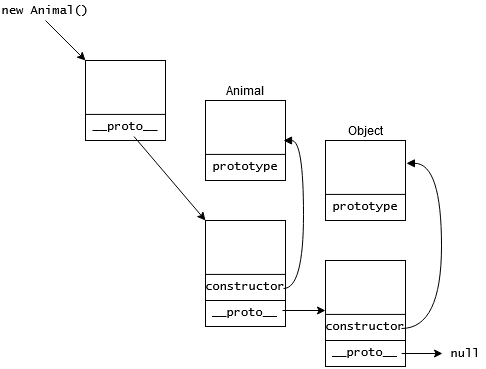
Above: prototypical-inheritance.png in eheu/hovedopgave (draw.io), before the change. Source tidied: cells renumbered, new cells last; positions are measured from the earlier drawing's top-left corner, leaving out a move shared by most shapes.
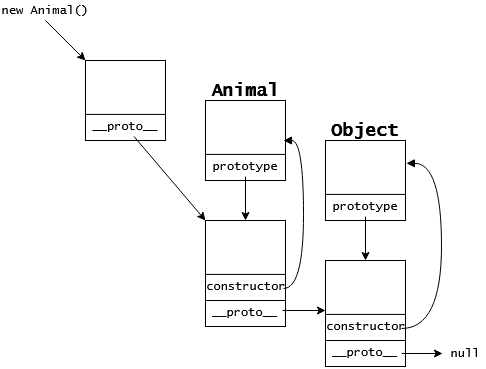
The same file after the commit.

The edit, as a diff of the source:
```diff
@@ -181,7 +181,7 @@
       </mxGeometry>
     </mxCell>
     <mxCell id="59" value="&lt;font face=&quot;Lucida Console&quot;&gt;constructor&lt;/font&gt;" style="text;html=1;strokeColor=none;fillColor=none;align=center;verticalAlign=middle;whiteSpace=wrap;rounded=0;" parent="1" vertex="1">
-      <mxGeometry x="225" y="276" width="40" height="20" as="geometry" />
+      <mxGeometry x="226" y="276" width="40" height="20" as="geometry" />
     </mxCell>
     <mxCell id="60" style="rounded=0;whiteSpace=wrap;html=1;strokeColor=#000000;" parent="1" vertex="1">
       <mxGeometry x="205" y="300" width="80" height="26" as="geometry" />
@@ -323,7 +323,7 @@
       </mxGeometry>
     </mxCell>
     <mxCell id="104" value="&lt;font face=&quot;Lucida Console&quot;&gt;constructor&lt;/font&gt;" style="text;html=1;strokeColor=none;fillColor=none;align=center;verticalAlign=middle;whiteSpace=wrap;rounded=0;" parent="1" vertex="1">
-      <mxGeometry x="345" y="316" width="40" height="20" as="geometry" />
+      <mxGeometry x="346" y="316" width="40" height="20" as="geometry" />
     </mxCell>
     <mxCell id="105" style="rounded=0;whiteSpace=wrap;html=1;strokeColor=#000000;" parent="1" vertex="1">
       <mxGeometry x="325" y="340" width="80" height="26" as="geometry" />
@@ -331,10 +331,10 @@
     <mxCell id="106" value="&lt;!--StartFragment--&gt;&lt;font face=&quot;Lucida Console&quot;&gt;__proto__&lt;/font&gt;&lt;!--EndFragment--&gt;" style="text;whiteSpace=wrap;html=1;" parent="1" vertex="1">
       <mxGeometry x="330" y="338" width="75" height="30" as="geometry" />
     </mxCell>
-    <mxCell id="107" value="Animal" style="text;html=1;strokeColor=none;fillColor=none;align=center;verticalAlign=middle;whiteSpace=wrap;rounded=0;" parent="1" vertex="1">
+    <mxCell id="107" value="&lt;h2&gt;&lt;font face=&quot;Lucida Console&quot;&gt;Animal&lt;/font&gt;&lt;/h2&gt;" style="text;html=1;strokeColor=none;fillColor=none;align=center;verticalAlign=middle;whiteSpace=wrap;rounded=0;" parent="1" vertex="1">
       <mxGeometry x="225" y="80" width="40" height="20" as="geometry" />
     </mxCell>
-    <mxCell id="108" value="Object" style="text;html=1;strokeColor=none;fillColor=none;align=center;verticalAlign=middle;whiteSpace=wrap;rounded=0;" parent="1" vertex="1">
+    <mxCell id="108" value="&lt;h2&gt;&lt;font face=&quot;Lucida Console&quot;&gt;Object&lt;/font&gt;&lt;/h2&gt;" style="text;html=1;strokeColor=none;fillColor=none;align=center;verticalAlign=middle;whiteSpace=wrap;rounded=0;" parent="1" vertex="1">
       <mxGeometry x="345" y="120" width="40" height="20" as="geometry" />
     </mxCell>
     <mxCell id="109" value="&lt;font face=&quot;Lucida Console&quot;&gt;new Animal()&lt;/font&gt;" style="text;html=1;strokeColor=none;fillColor=none;align=center;verticalAlign=middle;whiteSpace=wrap;rounded=0;" parent="1" vertex="1">
@@ -361,5 +361,11 @@
     <mxCell id="114" value="&lt;font face=&quot;Lucida Console&quot;&gt;null&lt;/font&gt;" style="text;html=1;strokeColor=none;fillColor=none;align=center;verticalAlign=middle;whiteSpace=wrap;rounded=0;" parent="1" vertex="1">
       <mxGeometry x="445" y="343" width="40" height="20" as="geometry" />
     </mxCell>
+    <mxCell id="115" style="endArrow=classic;html=1;exitX=0.5;exitY=1;exitDx=0;exitDy=0;entryX=0.5;entryY=0;entryDx=0;entryDy=0;" parent="1" edge="1" source="29" target="55">
+      <mxGeometry relative="1" as="geometry" />
+    </mxCell>
+    <mxCell id="116" style="endArrow=classic;html=1;entryX=0.5;entryY=0;entryDx=0;entryDy=0;exitX=0.5;exitY=1;exitDx=0;exitDy=0;" parent="1" edge="1" source="75" target="101">
+      <mxGeometry relative="1" as="geometry" />
+    </mxCell>
   </root>
 </mxGraphModel>
```
